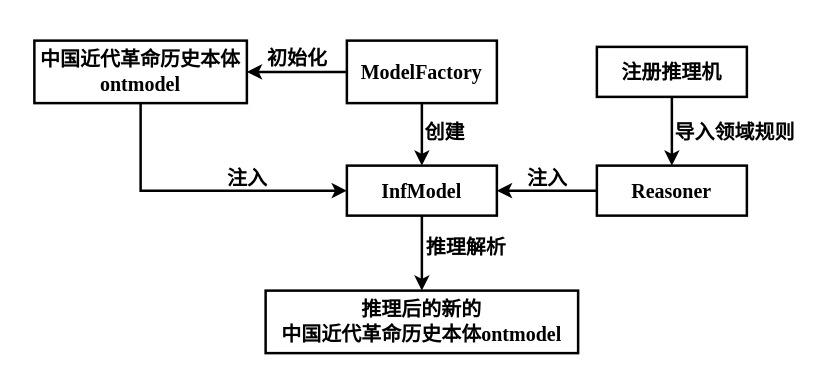
junchaoIU/Diagrams_library keeps this draw.io diagram as jena_reasoning machine.drawio. Above is the earlier version. Source tidied: cells renumbered, new cells numbered last; positions are measured from the earlier drawing's top-left corner, leaving out a move shared by most shapes. Both pictures are drawn from the tidied source at 125%, with x=0, y=0 at pixel (34, 40).
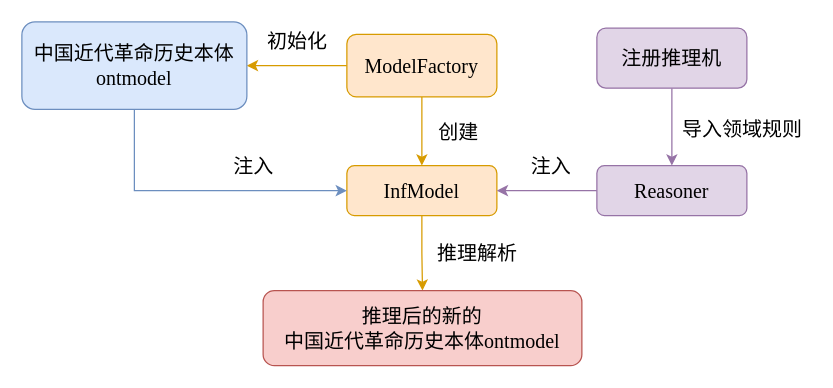
The same diagram, later.

What changed in the source:
```diff
@@
 <mxGraphModel>
   <root>
     <mxCell id="0" />
     <mxCell id="1" parent="0" />
-    <mxCell id="2" style="edgeStyle=orthogonalEdgeStyle;rounded=0;jettySize=auto;html=1;exitX=0;exitY=0.5;exitDx=0;exitDy=0;fontFamily=Times New Roman;fontSize=16;strokeWidth=2;fontStyle=1;" parent="1" edge="1" source="4" target="13">
+    <mxCell id="2" style="edgeStyle=orthogonalEdgeStyle;rounded=0;jettySize=auto;html=1;exitX=0;exitY=0.5;exitDx=0;exitDy=0;fontFamily=Times New Roman;fontSize=16;strokeWidth=1;fontStyle=0;fillColor=#ffe6cc;strokeColor=#d79b00;" parent="1" edge="1" source="4" target="13">
       <mxGeometry relative="1" as="geometry" />
     </mxCell>
-    <mxCell id="3" style="edgeStyle=orthogonalEdgeStyle;rounded=0;jettySize=auto;html=1;exitX=0.5;exitY=1;exitDx=0;exitDy=0;entryX=0.5;entryY=0;entryDx=0;entryDy=0;fontFamily=Times New Roman;fontSize=16;strokeWidth=2;fontStyle=1;" parent="1" edge="1" source="4" target="6">
+    <mxCell id="3" style="edgeStyle=orthogonalEdgeStyle;rounded=0;jettySize=auto;html=1;exitX=0.5;exitY=1;exitDx=0;exitDy=0;entryX=0.5;entryY=0;entryDx=0;entryDy=0;fontFamily=Times New Roman;fontSize=16;strokeWidth=1;fontStyle=0;fillColor=#ffe6cc;strokeColor=#d79b00;" parent="1" edge="1" source="4" target="6">
       <mxGeometry relative="1" as="geometry" />
     </mxCell>
-    <mxCell id="4" value="&lt;font face=&quot;Times New Roman&quot; style=&quot;font-size: 16px;&quot;&gt;&lt;span style=&quot;line-height: 1.2; font-size: 16px;&quot;&gt;ModelFactory&lt;/span&gt;&lt;/font&gt;" style="rounded=0;whiteSpace=wrap;html=1;strokeWidth=2;fontSize=16;fontStyle=1;" parent="1" vertex="1">
-      <mxGeometry x="250" width="120" height="50" as="geometry" />
+    <mxCell id="4" value="&lt;font face=&quot;Times New Roman&quot; style=&quot;font-size: 16px;&quot;&gt;&lt;span style=&quot;line-height: 1.2; font-size: 16px;&quot;&gt;ModelFactory&lt;/span&gt;&lt;/font&gt;" style="rounded=1;whiteSpace=wrap;html=1;strokeWidth=1;fontSize=16;fontStyle=0;fillColor=#ffe6cc;strokeColor=#d79b00;" parent="1" vertex="1">
+      <mxGeometry x="250" y="-5" width="120" height="50" as="geometry" />
     </mxCell>
-    <mxCell id="5" style="edgeStyle=orthogonalEdgeStyle;rounded=0;jettySize=auto;html=1;exitX=0.5;exitY=1;exitDx=0;exitDy=0;fontFamily=Times New Roman;fontSize=16;strokeWidth=2;fontStyle=1;" parent="1" edge="1" source="6" target="18">
+    <mxCell id="5" style="edgeStyle=orthogonalEdgeStyle;rounded=0;jettySize=auto;html=1;exitX=0.5;exitY=1;exitDx=0;exitDy=0;fontFamily=Times New Roman;fontSize=16;strokeWidth=1;fontStyle=0;fillColor=#ffe6cc;strokeColor=#d79b00;" parent="1" edge="1" source="6" target="18">
       <mxGeometry relative="1" as="geometry" />
     </mxCell>
-    <mxCell id="6" value="&lt;font face=&quot;Times New Roman&quot; style=&quot;font-size: 16px;&quot;&gt;&lt;span style=&quot;line-height: 1.2; font-size: 16px;&quot;&gt;InfModel&lt;/span&gt;&lt;/font&gt;" style="rounded=0;whiteSpace=wrap;html=1;strokeWidth=2;fontSize=16;fontStyle=1;" parent="1" vertex="1">
+    <mxCell id="6" value="&lt;font face=&quot;Times New Roman&quot; style=&quot;font-size: 16px;&quot;&gt;&lt;span style=&quot;line-height: 1.2; font-size: 16px;&quot;&gt;InfModel&lt;/span&gt;&lt;/font&gt;" style="rounded=1;whiteSpace=wrap;html=1;strokeWidth=1;fontSize=16;fontStyle=0;fillColor=#ffe6cc;strokeColor=#d79b00;" parent="1" vertex="1">
       <mxGeometry x="250" y="100" width="120" height="40" as="geometry" />
     </mxCell>
-    <mxCell id="7" style="edgeStyle=orthogonalEdgeStyle;rounded=0;jettySize=auto;html=1;exitX=0;exitY=0.5;exitDx=0;exitDy=0;entryX=1;entryY=0.5;entryDx=0;entryDy=0;fontFamily=Times New Roman;fontSize=16;strokeWidth=2;fontStyle=1;" parent="1" edge="1" source="8" target="6">
+    <mxCell id="7" style="edgeStyle=orthogonalEdgeStyle;rounded=0;jettySize=auto;html=1;exitX=0;exitY=0.5;exitDx=0;exitDy=0;entryX=1;entryY=0.5;entryDx=0;entryDy=0;fontFamily=Times New Roman;fontSize=16;strokeWidth=1;fontStyle=0;fillColor=#e1d5e7;strokeColor=#9673a6;" parent="1" edge="1" source="8" target="6">
       <mxGeometry relative="1" as="geometry" />
     </mxCell>
-    <mxCell id="8" value="&lt;font face=&quot;Times New Roman&quot; style=&quot;font-size: 16px;&quot;&gt;&lt;span style=&quot;line-height: 1.2; font-size: 16px;&quot;&gt;Reasoner&lt;/span&gt;&lt;/font&gt;" style="rounded=0;whiteSpace=wrap;html=1;strokeWidth=2;fontSize=16;fontStyle=1;" parent="1" vertex="1">
+    <mxCell id="8" value="&lt;font face=&quot;Times New Roman&quot; style=&quot;font-size: 16px;&quot;&gt;&lt;span style=&quot;line-height: 1.2; font-size: 16px;&quot;&gt;Reasoner&lt;/span&gt;&lt;/font&gt;" style="rounded=1;whiteSpace=wrap;html=1;strokeWidth=1;fontSize=16;fontStyle=0;fillColor=#e1d5e7;strokeColor=#9673a6;" parent="1" vertex="1">
       <mxGeometry x="450" y="100" width="120" height="40" as="geometry" />
     </mxCell>
-    <mxCell id="9" style="edgeStyle=orthogonalEdgeStyle;rounded=0;jettySize=auto;html=1;exitX=0.5;exitY=1;exitDx=0;exitDy=0;entryX=0.5;entryY=0;entryDx=0;entryDy=0;fontFamily=Times New Roman;fontSize=16;strokeWidth=2;fontStyle=1;" parent="1" edge="1" source="10" target="8">
+    <mxCell id="9" style="edgeStyle=orthogonalEdgeStyle;rounded=0;jettySize=auto;html=1;exitX=0.5;exitY=1;exitDx=0;exitDy=0;entryX=0.5;entryY=0;entryDx=0;entryDy=0;fontFamily=Times New Roman;fontSize=16;strokeWidth=1;fontStyle=0;fillColor=#e1d5e7;strokeColor=#9673a6;" parent="1" edge="1" source="10" target="8">
       <mxGeometry relative="1" as="geometry" />
     </mxCell>
-    <mxCell id="10" value="&lt;span style=&quot;font-size: 16px;&quot;&gt;注册推理机&lt;/span&gt;" style="rounded=0;whiteSpace=wrap;html=1;strokeWidth=2;fontSize=16;fontStyle=1;" parent="1" vertex="1">
-      <mxGeometry x="450" y="5" width="120" height="40" as="geometry" />
+    <mxCell id="10" value="&lt;span style=&quot;font-size: 16px;&quot;&gt;注册推理机&lt;/span&gt;" style="rounded=1;whiteSpace=wrap;html=1;strokeWidth=1;fontSize=16;fontStyle=0;fillColor=#e1d5e7;strokeColor=#9673a6;" parent="1" vertex="1">
+      <mxGeometry x="450" y="-10" width="120" height="48" as="geometry" />
     </mxCell>
-    <mxCell id="11" value="&lt;span style=&quot;font-size: 16px;&quot;&gt;导入领域规则&lt;/span&gt;" style="text;html=1;align=center;verticalAlign=middle;strokeColor=none;fillColor=none;fontSize=16;fontFamily=Times New Roman;strokeWidth=2;fontStyle=1;" parent="1" vertex="1">
-      <mxGeometry x="505" y="63" width="110" height="20" as="geometry" />
+    <mxCell id="11" value="&lt;span style=&quot;font-size: 16px;&quot;&gt;导入领域规则&lt;/span&gt;" style="text;html=1;align=center;verticalAlign=middle;strokeColor=none;fillColor=none;fontSize=16;fontFamily=Times New Roman;strokeWidth=1;fontStyle=0;" parent="1" vertex="1">
+      <mxGeometry x="511" y="61" width="110" height="20" as="geometry" />
     </mxCell>
-    <mxCell id="12" style="edgeStyle=orthogonalEdgeStyle;rounded=0;jettySize=auto;html=1;exitX=0.5;exitY=1;exitDx=0;exitDy=0;entryX=0;entryY=0.5;entryDx=0;entryDy=0;fontFamily=Times New Roman;fontSize=16;strokeWidth=2;fontStyle=1;" parent="1" edge="1" source="13" target="6">
+    <mxCell id="12" style="edgeStyle=orthogonalEdgeStyle;rounded=0;jettySize=auto;html=1;exitX=0.5;exitY=1;exitDx=0;exitDy=0;entryX=0;entryY=0.5;entryDx=0;entryDy=0;fontFamily=Times New Roman;fontSize=16;strokeWidth=1;fontStyle=0;fillColor=#dae8fc;strokeColor=#6c8ebf;" parent="1" edge="1" source="13" target="6">
       <mxGeometry relative="1" as="geometry" />
     </mxCell>
-    <mxCell id="13" value="&lt;font face=&quot;Times New Roman&quot; style=&quot;font-size: 16px;&quot;&gt;&lt;span style=&quot;line-height: 1.2; font-size: 16px;&quot;&gt;中国近代革命历史本体ontmodel&lt;/span&gt;&lt;/font&gt;" style="rounded=0;whiteSpace=wrap;html=1;strokeWidth=2;fontSize=16;fontStyle=1;" parent="1" vertex="1">
-      <mxGeometry width="170" height="50" as="geometry" />
+    <mxCell id="13" value="&lt;font face=&quot;Times New Roman&quot; style=&quot;font-size: 16px;&quot;&gt;&lt;span style=&quot;line-height: 1.2; font-size: 16px;&quot;&gt;中国近代革命历史本体ontmodel&lt;/span&gt;&lt;/font&gt;" style="rounded=1;whiteSpace=wrap;html=1;strokeWidth=1;fontSize=16;fontStyle=0;glass=0;fillColor=#dae8fc;strokeColor=#6c8ebf;" parent="1" vertex="1">
+      <mxGeometry x="-10" y="-15" width="180" height="70" as="geometry" />
     </mxCell>
-    <mxCell id="14" value="&lt;span style=&quot;font-size: 16px;&quot;&gt;初始化&lt;/span&gt;" style="text;html=1;align=center;verticalAlign=middle;strokeColor=none;fillColor=none;fontSize=16;fontFamily=Times New Roman;strokeWidth=2;fontStyle=1;" parent="1" vertex="1">
-      <mxGeometry x="180" y="4" width="60" height="20" as="geometry" />
+    <mxCell id="14" value="&lt;span style=&quot;font-size: 16px;&quot;&gt;初始化&lt;/span&gt;" style="text;html=1;align=center;verticalAlign=middle;strokeColor=none;fillColor=none;fontSize=16;fontFamily=Times New Roman;strokeWidth=1;fontStyle=0;" parent="1" vertex="1">
+      <mxGeometry x="180" y="-10" width="60" height="20" as="geometry" />
     </mxCell>
-    <mxCell id="15" value="&lt;span style=&quot;font-size: 16px;&quot;&gt;创建&lt;/span&gt;" style="text;html=1;align=center;verticalAlign=middle;strokeColor=none;fillColor=none;fontSize=16;fontFamily=Times New Roman;strokeWidth=2;fontStyle=1;" parent="1" vertex="1">
-      <mxGeometry x="303" y="63" width="50" height="20" as="geometry" />
+    <mxCell id="15" value="&lt;span style=&quot;font-size: 16px;&quot;&gt;创建&lt;/span&gt;" style="text;html=1;align=center;verticalAlign=middle;strokeColor=none;fillColor=none;fontSize=16;fontFamily=Times New Roman;strokeWidth=1;fontStyle=0;" parent="1" vertex="1">
+      <mxGeometry x="314" y="63" width="50" height="20" as="geometry" />
     </mxCell>
-    <mxCell id="16" value="&lt;span style=&quot;font-size: 16px;&quot;&gt;注入&lt;/span&gt;" style="text;html=1;align=center;verticalAlign=middle;strokeColor=none;fillColor=none;fontSize=16;fontFamily=Times New Roman;strokeWidth=2;fontStyle=1;" parent="1" vertex="1">
-      <mxGeometry x="145" y="100" width="50" height="20" as="geometry" />
+    <mxCell id="16" value="&lt;span style=&quot;font-size: 16px;&quot;&gt;注入&lt;/span&gt;" style="text;html=1;align=center;verticalAlign=middle;strokeColor=none;fillColor=none;fontSize=16;fontFamily=Times New Roman;strokeWidth=1;fontStyle=0;" parent="1" vertex="1">
+      <mxGeometry x="150" y="90" width="50" height="20" as="geometry" />
     </mxCell>
-    <mxCell id="17" value="&lt;span style=&quot;font-size: 16px;&quot;&gt;注入&lt;/span&gt;" style="text;html=1;align=center;verticalAlign=middle;strokeColor=none;fillColor=none;fontSize=16;fontFamily=Times New Roman;strokeWidth=2;fontStyle=1;" parent="1" vertex="1">
-      <mxGeometry x="385" y="100" width="50" height="20" as="geometry" />
+    <mxCell id="17" value="&lt;span style=&quot;font-size: 16px;&quot;&gt;注入&lt;/span&gt;" style="text;html=1;align=center;verticalAlign=middle;strokeColor=none;fillColor=none;fontSize=16;fontFamily=Times New Roman;strokeWidth=1;fontStyle=0;" parent="1" vertex="1">
+      <mxGeometry x="388" y="90" width="50" height="20" as="geometry" />
     </mxCell>
-    <mxCell id="18" value="&lt;font face=&quot;Times New Roman&quot; style=&quot;font-size: 16px;&quot;&gt;&lt;span style=&quot;line-height: 1.2; font-size: 16px;&quot;&gt;推理后的新的&lt;br style=&quot;font-size: 16px;&quot;&gt;中国近代革命历史本体ontmodel&lt;/span&gt;&lt;/font&gt;" style="rounded=0;whiteSpace=wrap;html=1;strokeWidth=2;fontSize=16;fontStyle=1;" parent="1" vertex="1">
-      <mxGeometry x="185" y="200" width="250" height="50" as="geometry" />
+    <mxCell id="18" value="&lt;font face=&quot;Times New Roman&quot; style=&quot;font-size: 16px;&quot;&gt;&lt;span style=&quot;line-height: 1.2; font-size: 16px;&quot;&gt;推理后的新的&lt;br style=&quot;font-size: 16px;&quot;&gt;中国近代革命历史本体ontmodel&lt;/span&gt;&lt;/font&gt;" style="rounded=1;whiteSpace=wrap;html=1;strokeWidth=1;fontSize=16;fontStyle=0;fillColor=#f8cecc;strokeColor=#b85450;" parent="1" vertex="1">
+      <mxGeometry x="183" y="200" width="255" height="60" as="geometry" />
     </mxCell>
-    <mxCell id="19" value="&lt;span style=&quot;font-size: 16px;&quot;&gt;推理解析&lt;/span&gt;" style="text;html=1;align=center;verticalAlign=middle;strokeColor=none;fillColor=none;fontSize=16;fontFamily=Times New Roman;strokeWidth=2;fontStyle=1;" parent="1" vertex="1">
-      <mxGeometry x="305" y="155" width="80" height="20" as="geometry" />
+    <mxCell id="19" value="&lt;span style=&quot;font-size: 16px;&quot;&gt;推理解析&lt;/span&gt;" style="text;html=1;align=center;verticalAlign=middle;strokeColor=none;fillColor=none;fontSize=16;fontFamily=Times New Roman;strokeWidth=1;fontStyle=0;" parent="1" vertex="1">
+      <mxGeometry x="314" y="160" width="80" height="20" as="geometry" />
     </mxCell>
   </root>
 </mxGraphModel>
```
